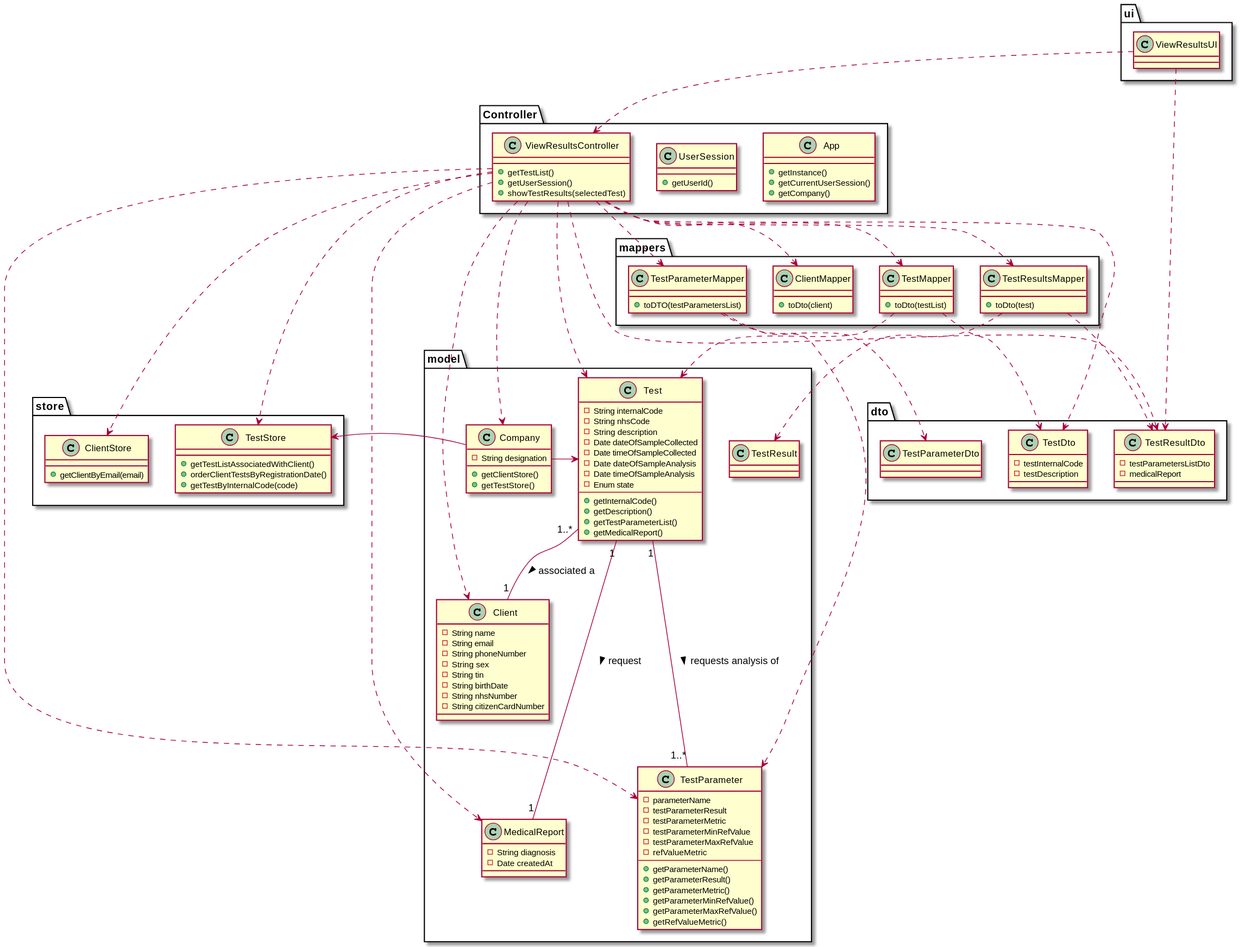
Earlier version of the PlantUML export docs/SprintD/US01/US1_CD.svg (manu-07-ela/LAPR2_ISEP).
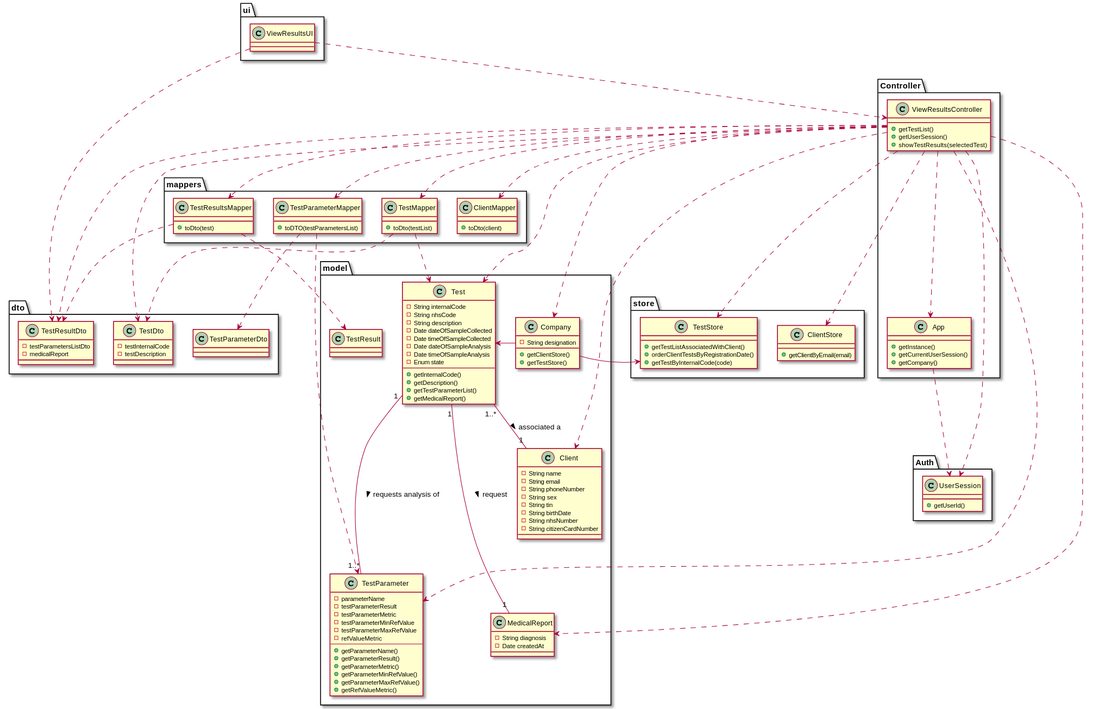
After the change.

Change to the diagram source:
```diff
@@ -3,6 +3,12 @@
 
 package ui {
 class ViewResultsUI{}
+}
+
+package Auth{
+class UserSession{
++getUserId()
+}
 }
 
 
@@ -11,9 +17,6 @@
 +getInstance()
 +getCurrentUserSession()
 +getCompany()
-}
-class UserSession{
-+getUserId()
 }
 class ViewResultsController{
 +getTestList()
@@ -125,6 +128,8 @@
 ViewResultsUI ..> ViewResultsController
 ViewResultsUI ..> TestResultDto
 
+App ..> UserSession
+
 ViewResultsController ..> TestMapper
 ViewResultsController ..> TestResultsMapper
 ViewResultsController ..> TestParameterMapper
@@ -135,9 +140,12 @@
 ViewResultsController ..> ClientStore
 ViewResultsController ..> Company
 ViewResultsController ..> Test
-ViewResultsController ..> TestParameter
-ViewResultsController ..> MedicalReport
-ViewResultsController ..> Client
+ViewResultsController ...> TestParameter
+ViewResultsController ...> MedicalReport
+ViewResultsController ...> Client
+ViewResultsController ...> UserSession
+ViewResultsController ...> App
+
 
 Company -> Test
 Company -> TestStore
```
